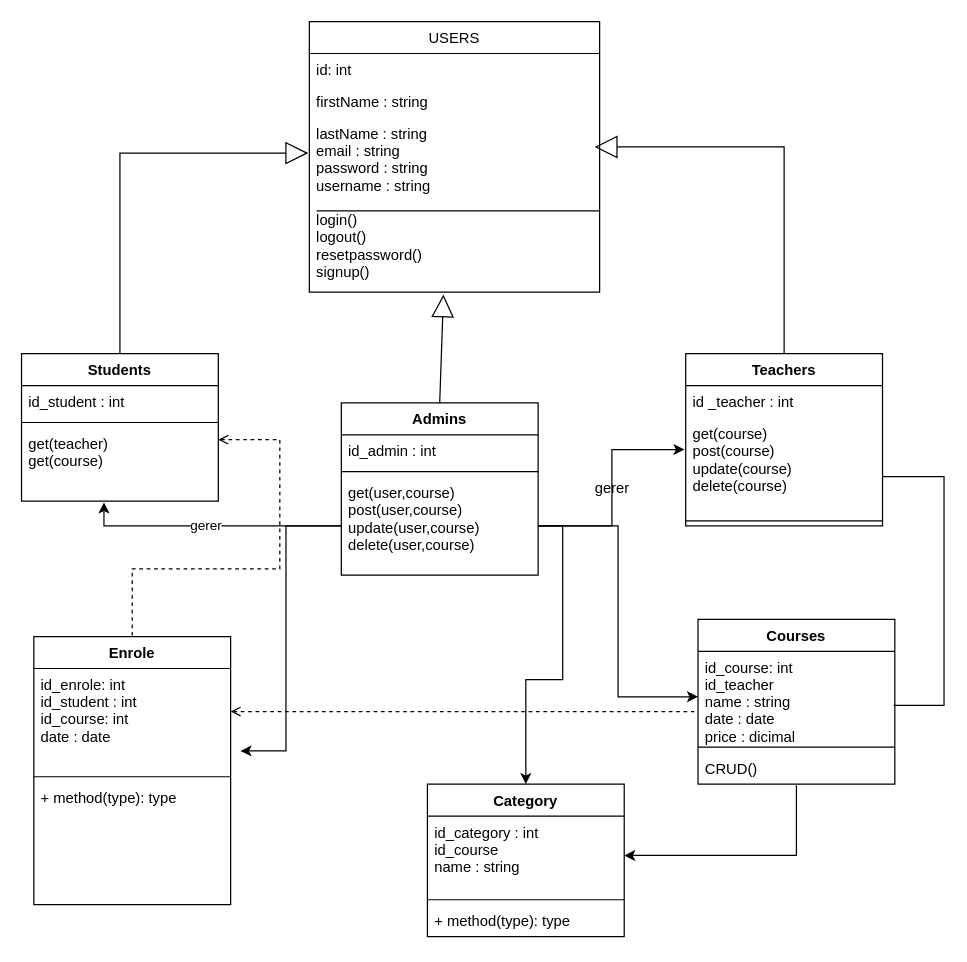
Earlier version of the draw.io diagram uml/classDiagram.drawio (Babylon-Youcode/E-learning-platforme). Source tidied: cells renumbered, new cells numbered last; positions are measured from the earlier drawing's top-left corner, leaving out a move shared by most shapes. Both pictures are drawn from the tidied source at 123%, with x=0, y=0 at pixel (21, 21).
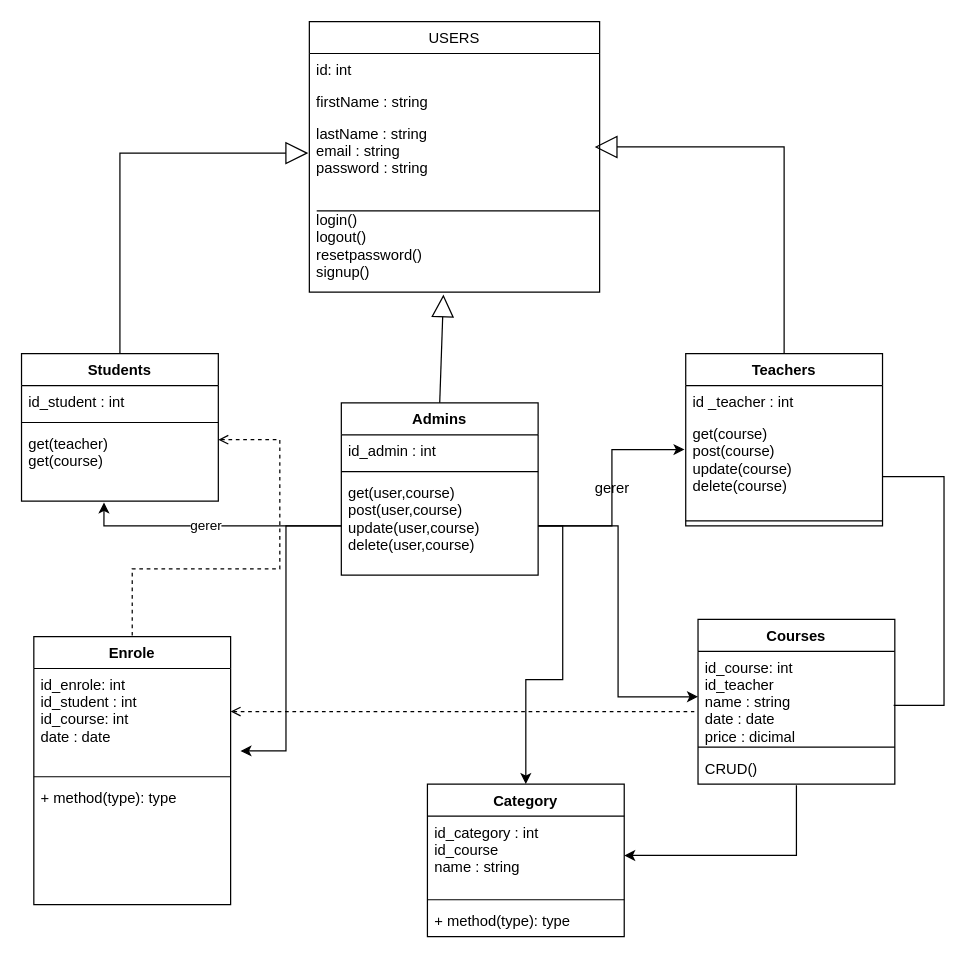
After the change.

The change refers to these unchanged cells:
```xml
<mxCell id="2" value="USERS" style="swimlane;fontStyle=0;horizontal=1;startSize=26;fillColor=none;" parent="1" vertex="1">
  <mxGeometry x="234" width="236" height="220" as="geometry" />
</mxCell>
```

Change to the diagram source:
```diff
@@
-    <mxCell id="5" value="lastName : string&#10;email : string&#10;password : string&#10;username : string&#10;&#10;login()&#10;logout()&#10;resetpassword()&#10;signup()&#10;" style="text;strokeColor=none;fillColor=none;align=left;verticalAlign=top;spacingLeft=4;spacingRight=4;overflow=hidden;points=[[0,0.5],[1,0.5]];portConstraint=eastwest;" parent="2" vertex="1">
+    <mxCell id="5" value="lastName : string&#10;email : string&#10;password : string&#10;&#10;&#10;login()&#10;logout()&#10;resetpassword()&#10;signup()&#10;" style="text;strokeColor=none;fillColor=none;align=left;verticalAlign=top;spacingLeft=4;spacingRight=4;overflow=hidden;points=[[0,0.5],[1,0.5]];portConstraint=eastwest;" parent="2" vertex="1">
       <mxGeometry y="78" width="236" height="142" as="geometry" />
     </mxCell>
```
